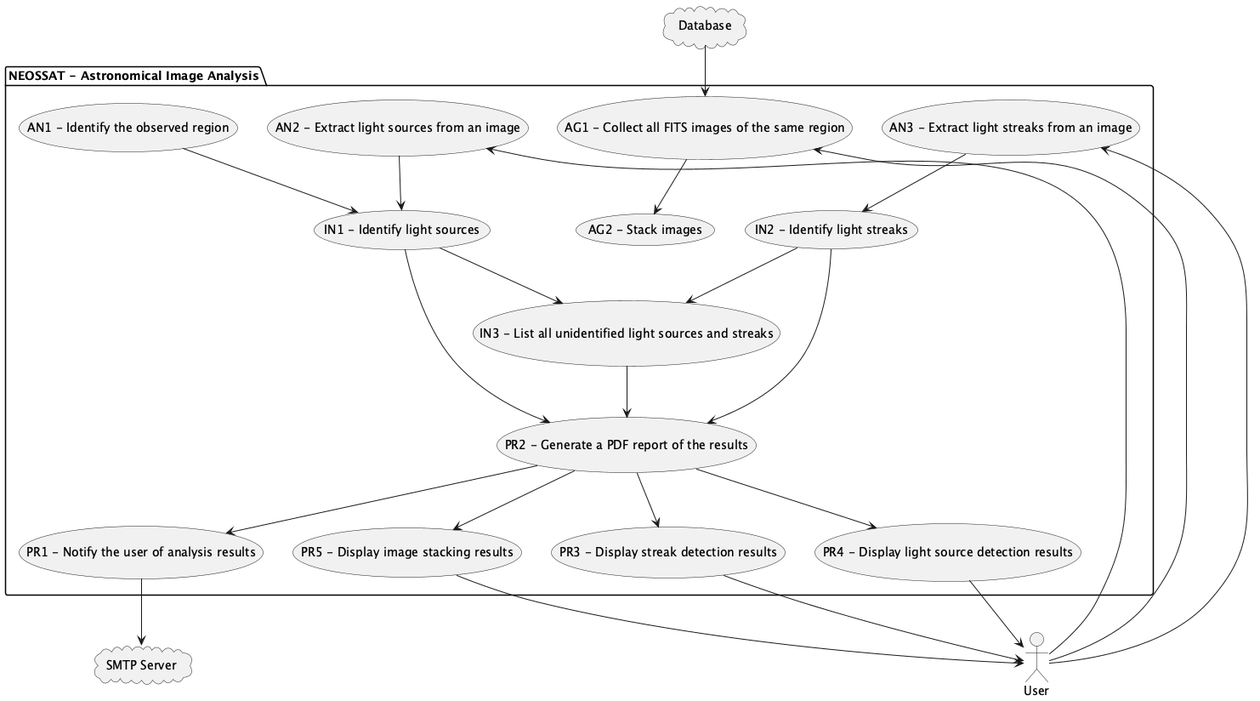
Before: wiki/use-case-en.png, a diagram exported from PlantUML (julianadelgado/NEOSSat-Astronomy-Image-Analysis). Its diagram source:
```plantuml
@startuml use-case-en

actor User

cloud "Database" as DB
cloud "SMTP Server" as SMTP

package "NEOSSAT - Astronomical Image Analysis" {

    usecase "AG1 - Collect all FITS images of the same region" as AG1
    usecase "AG2 - Stack images" as AG2

    usecase "AN1 - Identify the observed region" as AN1
    usecase "AN2 - Extract light sources from an image" as AN2
    usecase "AN3 - Extract light streaks from an image" as AN3

    usecase "IN1 - Identify light sources" as IN1
    usecase "IN2 - Identify light streaks" as IN2
    usecase "IN3 - List all unidentified light sources and streaks" as IN3

    usecase "PR1 - Notify the user of analysis results" as PR1
    usecase "PR2 - Generate a PDF report of the results" as PR2
    usecase "PR3 - Display streak detection results" as PR3
    usecase "PR4 - Display light source detection results" as PR4
    usecase "PR5 - Display image stacking results" as PR5

}

User --> AG1
User --> AN2
User --> AN3

DB --> AG1
AG1 --> AG2

AN1 --> IN1
AN2 --> IN1
IN1 --> PR2
AN3 --> IN2
IN2 --> PR2
IN1 --> IN3
IN2 --> IN3
IN3 --> PR2

PR2 --> PR1
PR1 --> SMTP
PR2 --> PR3
PR3 --> User
PR2 --> PR4
PR4 --> User
PR2 --> PR5
PR5 --> User

@enduml
```
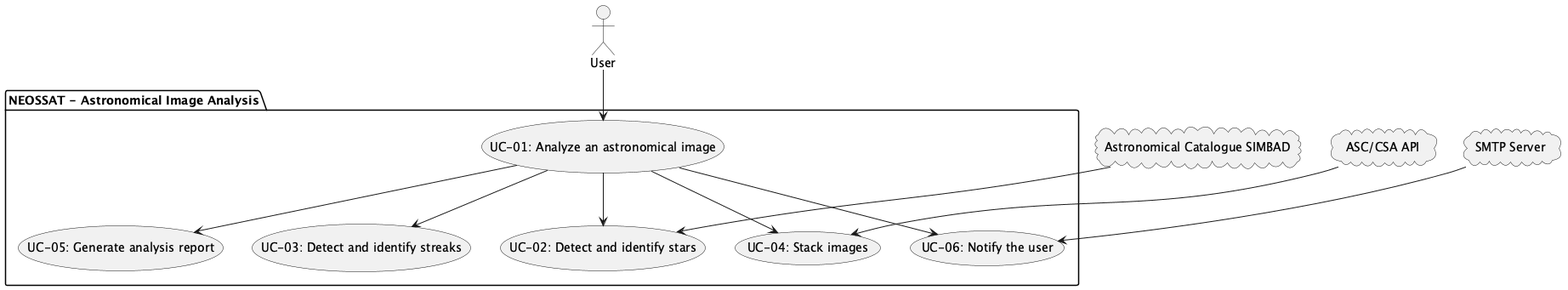
The same diagram one commit later.

Commit message:
Updated use-case

What changed in the source:
```diff
@@ -1,54 +1,34 @@
 @startuml use-case-en
+top to bottom direction
 
 actor User
 
-cloud "Database" as DB
+cloud "Astronomical Catalogue SIMBAD" as SIMBAD
+cloud "ASC/CSA API" as SAT
 cloud "SMTP Server" as SMTP
 
 package "NEOSSAT - Astronomical Image Analysis" {
 
-    usecase "AG1 - Collect all FITS images of the same region" as AG1
-    usecase "AG2 - Stack images" as AG2
-
-    usecase "AN1 - Identify the observed region" as AN1
-    usecase "AN2 - Extract light sources from an image" as AN2
-    usecase "AN3 - Extract light streaks from an image" as AN3
-
-    usecase "IN1 - Identify light sources" as IN1
-    usecase "IN2 - Identify light streaks" as IN2
-    usecase "IN3 - List all unidentified light sources and streaks" as IN3
-
-    usecase "PR1 - Notify the user of analysis results" as PR1
-    usecase "PR2 - Generate a PDF report of the results" as PR2
-    usecase "PR3 - Display streak detection results" as PR3
-    usecase "PR4 - Display light source detection results" as PR4
-    usecase "PR5 - Display image stacking results" as PR5
+    usecase "UC-01: Analyze an astronomical image" as UC01
+    usecase "UC-02: Detect and identify stars" as UC02
+    usecase "UC-03: Detect and identify streaks" as UC03
+    usecase "UC-04: Stack images" as UC04
+    usecase "UC-05: Generate analysis report" as UC05
+    usecase "UC-06: Notify the user" as UC06
 
 }
 
-User --> AG1
-User --> AN2
-User --> AN3
+User --> UC01
 
-DB --> AG1
-AG1 --> AG2
+UC01 --> UC02
+UC01 --> UC03
+UC01 --> UC05
+UC01 --> UC06
 
-AN1 --> IN1
-AN2 --> IN1
-IN1 --> PR2
-AN3 --> IN2
-IN2 --> PR2
-IN1 --> IN3
-IN2 --> IN3
-IN3 --> PR2
+UC01 --> UC04
 
-PR2 --> PR1
-PR1 --> SMTP
-PR2 --> PR3
-PR3 --> User
-PR2 --> PR4
-PR4 --> User
-PR2 --> PR5
-PR5 --> User
+SIMBAD --> UC02
+SAT --> UC04
+SMTP --> UC06
 
 @enduml
```
